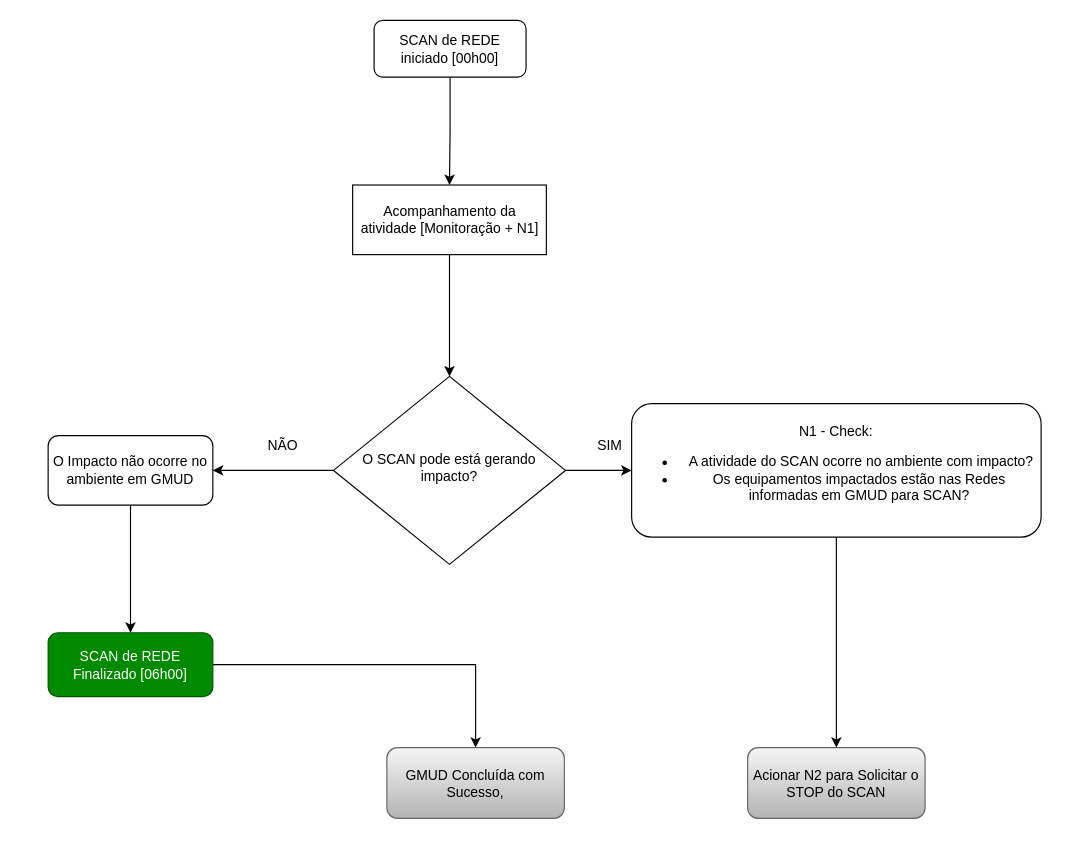
This is FluxoSCAN_REDE_Interna.drawio from eloyx3x/Diagramas, a draw.io file, before an edit. Source tidied: cells renumbered, new cells numbered last; positions are measured from the earlier drawing's top-left corner, leaving out a move shared by most shapes. Both pictures are drawn from the tidied source at 116%, with x=0, y=0 at pixel (48, 20).
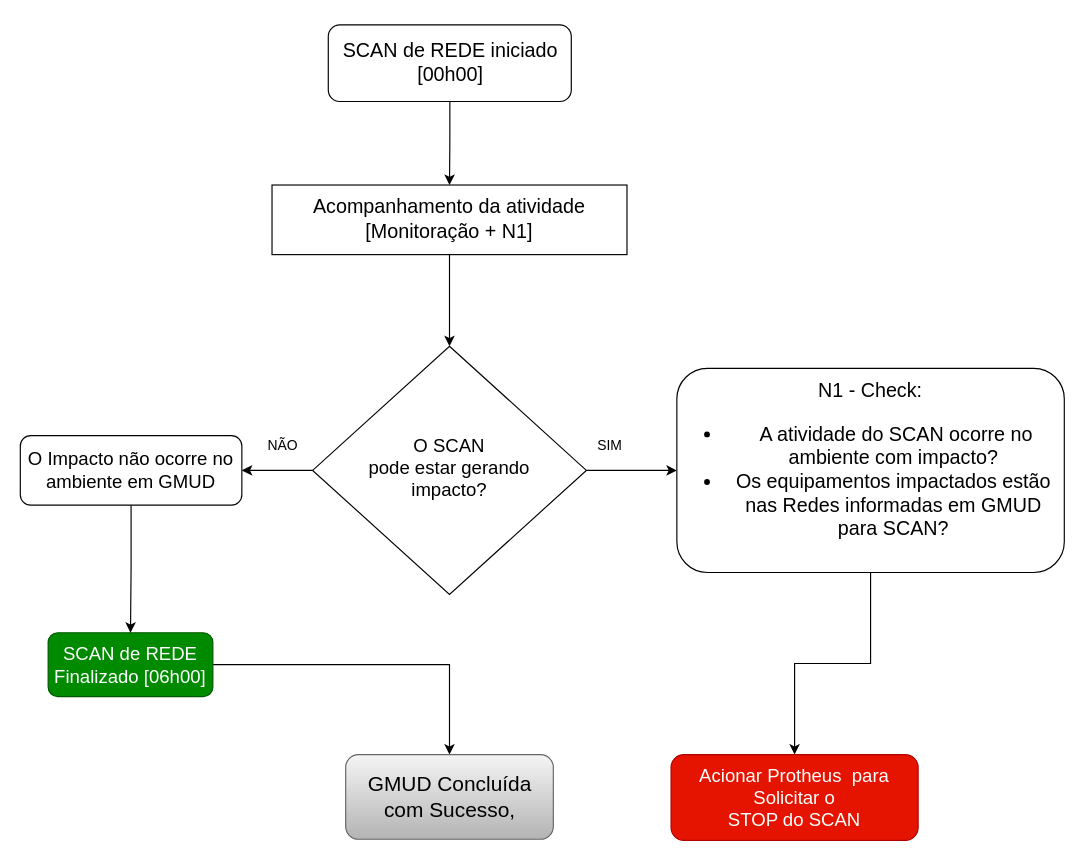
The same diagram, later.

Diff of the diagram source:
```diff
@@
 <mxGraphModel>
   <root>
     <mxCell id="0" />
     <mxCell id="1" parent="0" />
     <mxCell id="2" style="edgeStyle=orthogonalEdgeStyle;rounded=0;jettySize=auto;html=1;entryX=0;entryY=0.5;entryDx=0;entryDy=0;" parent="1" edge="1" source="4" target="15">
       <mxGeometry relative="1" as="geometry" />
     </mxCell>
     <mxCell id="3" style="edgeStyle=orthogonalEdgeStyle;rounded=0;jettySize=auto;html=1;" parent="1" edge="1" source="4" target="13">
       <mxGeometry relative="1" as="geometry" />
     </mxCell>
-    <mxCell id="4" value="O SCAN pode está gerando impacto?" style="rhombus;whiteSpace=wrap;html=1;shadow=0;fontFamily=Helvetica;fontSize=12;align=center;strokeWidth=1;spacing=6;spacingTop=-4;" parent="1" vertex="1">
-      <mxGeometry x="246" y="307" width="200" height="162" as="geometry" />
+    <mxCell id="4" value="&lt;div&gt;O SCAN &lt;br&gt;&lt;/div&gt;&lt;div&gt;pode estar gerando &lt;br&gt;&lt;/div&gt;&lt;div&gt;impacto?&lt;/div&gt;" style="rhombus;whiteSpace=wrap;html=1;shadow=0;fontFamily=Helvetica;fontSize=16;align=center;strokeWidth=1;spacing=6;spacingTop=-4;" parent="1" vertex="1">
+      <mxGeometry x="228" y="281" width="236" height="214" as="geometry" />
     </mxCell>
     <mxCell id="5" style="edgeStyle=orthogonalEdgeStyle;rounded=0;jettySize=auto;html=1;entryX=0.5;entryY=0;entryDx=0;entryDy=0;" parent="1" edge="1" source="6" target="11">
       <mxGeometry relative="1" as="geometry" />
     </mxCell>
-    <mxCell id="6" value="SCAN de REDE iniciado [00h00]" style="rounded=1;whiteSpace=wrap;html=1;fontSize=12;glass=0;strokeWidth=1;shadow=0;" parent="1" vertex="1">
-      <mxGeometry x="281" width="131" height="49" as="geometry" />
+    <mxCell id="6" value="&lt;font style=&quot;font-size: 17px;&quot;&gt;SCAN de REDE iniciado [00h00]&lt;/font&gt;" style="rounded=1;whiteSpace=wrap;html=1;fontSize=17;glass=0;strokeWidth=1;shadow=0;" parent="1" vertex="1">
+      <mxGeometry x="241.5" y="4" width="209.5" height="66" as="geometry" />
     </mxCell>
     <mxCell id="7" style="edgeStyle=orthogonalEdgeStyle;rounded=0;jettySize=auto;html=1;" parent="1" edge="1" source="8" target="9">
       <mxGeometry relative="1" as="geometry" />
     </mxCell>
-    <mxCell id="8" value="SCAN de REDE Finalizado [06h00]" style="rounded=1;whiteSpace=wrap;html=1;fontSize=12;glass=0;strokeWidth=1;shadow=0;fillColor=#008a00;fontColor=#ffffff;strokeColor=#005700;" parent="1" vertex="1">
+    <mxCell id="8" value="SCAN de REDE Finalizado [06h00]" style="rounded=1;whiteSpace=wrap;html=1;fontSize=16;glass=0;strokeWidth=1;shadow=0;fillColor=#008a00;fontColor=#ffffff;strokeColor=#005700;" parent="1" vertex="1">
       <mxGeometry y="528" width="142" height="55" as="geometry" />
     </mxCell>
-    <mxCell id="9" value="&lt;div&gt;GMUD Concluída com Sucesso,&lt;/div&gt;" style="rounded=1;whiteSpace=wrap;html=1;fontSize=12;glass=0;strokeWidth=1;shadow=0;fillColor=#f5f5f5;gradientColor=#b3b3b3;strokeColor=#666666;" parent="1" vertex="1">
-      <mxGeometry x="292" y="627" width="153" height="61" as="geometry" />
+    <mxCell id="9" value="&lt;div style=&quot;font-size: 18px;&quot;&gt;GMUD Concluída com Sucesso,&lt;/div&gt;" style="rounded=1;whiteSpace=wrap;html=1;fontSize=18;glass=0;strokeWidth=1;shadow=0;fillColor=#f5f5f5;gradientColor=#b3b3b3;strokeColor=#666666;" parent="1" vertex="1">
+      <mxGeometry x="256.5" y="633" width="179" height="73" as="geometry" />
     </mxCell>
     <mxCell id="10" style="edgeStyle=orthogonalEdgeStyle;rounded=0;jettySize=auto;html=1;exitX=0.5;exitY=1;exitDx=0;exitDy=0;" parent="1" edge="1" source="11" target="4">
       <mxGeometry relative="1" as="geometry" />
     </mxCell>
-    <mxCell id="11" value="Acompanhamento da atividade [Monitoração + N1]" style="rounded=0;whiteSpace=wrap;html=1;" parent="1" vertex="1">
-      <mxGeometry x="262.5" y="142" width="167" height="60" as="geometry" />
+    <mxCell id="11" value="Acompanhamento da atividade [Monitoração + N1]" style="rounded=0;whiteSpace=wrap;html=1;fontSize=17;" parent="1" vertex="1">
+      <mxGeometry x="193" y="142" width="306" height="60" as="geometry" />
     </mxCell>
     <mxCell id="12" style="edgeStyle=orthogonalEdgeStyle;rounded=0;jettySize=auto;html=1;" parent="1" edge="1" source="13" target="8">
       <mxGeometry relative="1" as="geometry" />
     </mxCell>
-    <mxCell id="13" value="O Impacto não ocorre no ambiente em GMUD" style="rounded=1;whiteSpace=wrap;html=1;" parent="1" vertex="1">
-      <mxGeometry y="358" width="142" height="60" as="geometry" />
+    <mxCell id="13" value="O Impacto não ocorre no ambiente em GMUD" style="rounded=1;whiteSpace=wrap;html=1;fontSize=16;" parent="1" vertex="1">
+      <mxGeometry x="-24" y="358" width="191" height="60" as="geometry" />
     </mxCell>
     <mxCell id="14" style="edgeStyle=orthogonalEdgeStyle;rounded=0;jettySize=auto;html=1;entryX=0.5;entryY=0;entryDx=0;entryDy=0;" parent="1" edge="1" source="15" target="18">
       <mxGeometry relative="1" as="geometry" />
     </mxCell>
-    <mxCell id="15" value="&lt;div&gt;N1 - Check:&lt;/div&gt;&lt;ul&gt;&lt;li&gt;&amp;nbsp;A atividade do SCAN ocorre no ambiente com impacto?&lt;/li&gt;&lt;li&gt;Os equipamentos impactados estão nas Redes informadas em GMUD para SCAN?&lt;/li&gt;&lt;/ul&gt;" style="rounded=1;whiteSpace=wrap;html=1;" parent="1" vertex="1">
-      <mxGeometry x="503" y="330.5" width="353" height="115" as="geometry" />
+    <mxCell id="15" value="&lt;div style=&quot;font-size: 17px;&quot;&gt;N1 - Check:&lt;/div&gt;&lt;ul style=&quot;font-size: 17px;&quot;&gt;&lt;li style=&quot;font-size: 17px;&quot;&gt;&amp;nbsp;A atividade do SCAN ocorre no ambiente com impacto?&lt;/li&gt;&lt;li style=&quot;font-size: 17px;&quot;&gt;Os equipamentos impactados estão nas Redes informadas em GMUD para SCAN?&lt;/li&gt;&lt;/ul&gt;" style="rounded=1;whiteSpace=wrap;html=1;fontSize=17;" parent="1" vertex="1">
+      <mxGeometry x="542" y="300" width="334" height="176" as="geometry" />
     </mxCell>
     <mxCell id="16" value="NÃO" style="text;html=1;align=center;verticalAlign=middle;strokeColor=none;fillColor=none;" parent="1" vertex="1">
       <mxGeometry x="180" y="354" width="43" height="26" as="geometry" />
     </mxCell>
     <mxCell id="17" value="SIM" style="text;html=1;align=center;verticalAlign=middle;strokeColor=none;fillColor=none;" parent="1" vertex="1">
       <mxGeometry x="465" y="354" width="38" height="26" as="geometry" />
     </mxCell>
-    <mxCell id="18" value="Acionar N2 para Solicitar o STOP do SCAN" style="rounded=1;whiteSpace=wrap;html=1;fontSize=12;glass=0;strokeWidth=1;shadow=0;fillColor=#f5f5f5;gradientColor=#b3b3b3;strokeColor=#666666;" parent="1" vertex="1">
-      <mxGeometry x="603" y="627" width="153" height="61" as="geometry" />
+    <mxCell id="18" value="&lt;div style=&quot;font-size: 16px;&quot;&gt;Acionar Protheus&amp;nbsp; para Solicitar o &lt;br style=&quot;font-size: 16px;&quot;&gt;&lt;/div&gt;&lt;div style=&quot;font-size: 16px;&quot;&gt;STOP do SCAN&lt;/div&gt;" style="rounded=1;whiteSpace=wrap;html=1;fontSize=16;glass=0;strokeWidth=1;shadow=0;fillColor=#e51400;strokeColor=#B20000;fontColor=#ffffff;" parent="1" vertex="1">
+      <mxGeometry x="537" y="633" width="213" height="74" as="geometry" />
     </mxCell>
   </root>
 </mxGraphModel>
```
